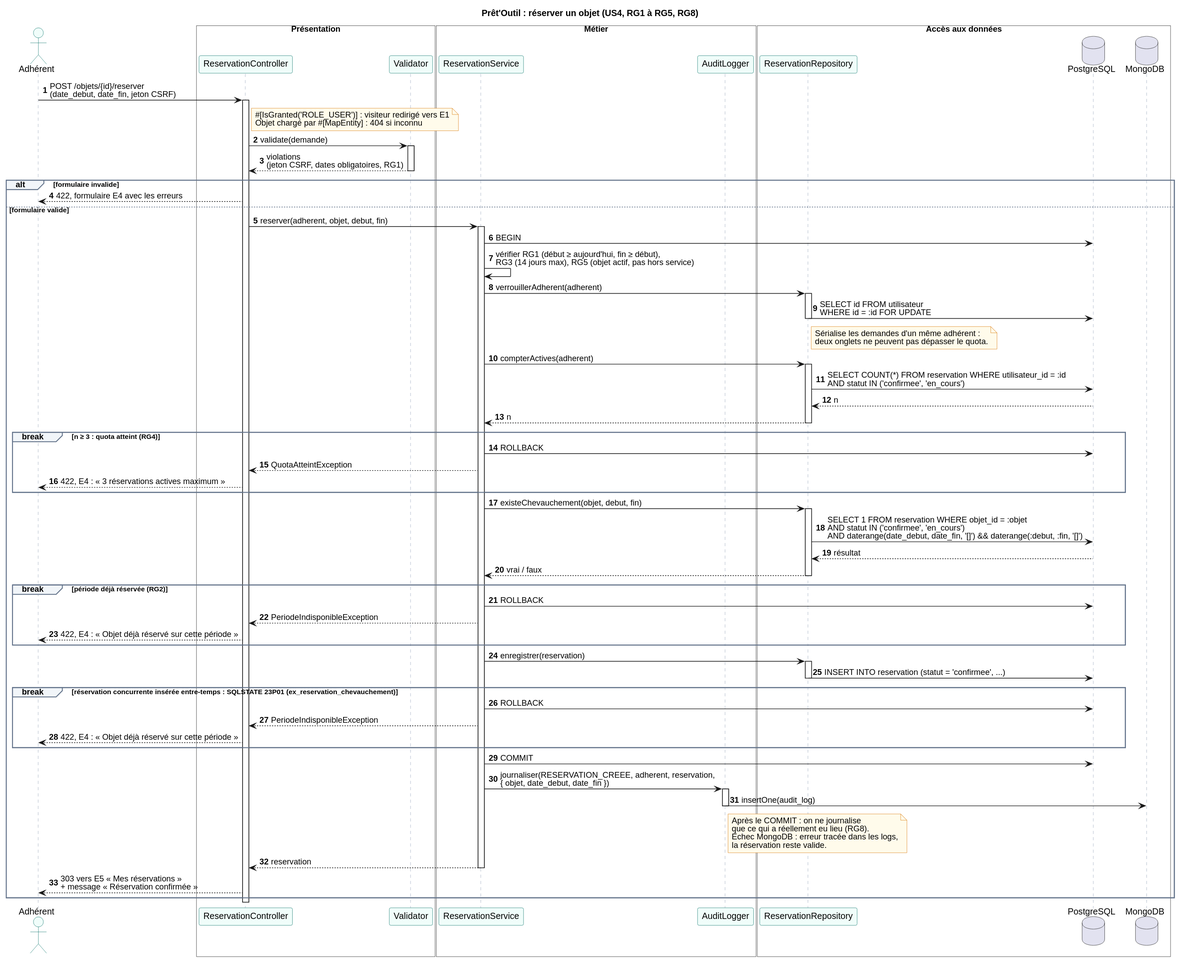
This is docs/diagrammes/sequence-reserver.svg from IamArayel/MSP2-PretOutil, a PlantUML export, as it was before one commit. Its diagram source:
```plantuml
@startuml
title Prêt'Outil : réserver un objet (US4, RG1 à RG5, RG8)

skinparam backgroundColor #FFFFFF
skinparam shadowing false
skinparam defaultFontName Helvetica
skinparam sequence {
  ParticipantBorderColor #0F766E
  ParticipantBackgroundColor #F0FDFA
  ActorBorderColor #0F766E
  ActorBackgroundColor #F0FDFA
  DatabaseBorderColor #0F766E
  DatabaseBackgroundColor #F0FDFA
  LifeLineBorderColor #94A3B8
  GroupBorderColor #64748B
  GroupBackgroundColor #F1F5F9
}
skinparam note {
  BackgroundColor #FFFBEB
  BorderColor #D97706
}
autonumber

actor "Adhérent" as A
box "Présentation" #FFFFFF
  participant "ReservationController" as C
  participant "Validator" as V
end box
box "Métier" #FFFFFF
  participant "ReservationService" as S
  participant "AuditLogger" as L
end box
box "Accès aux données" #FFFFFF
  participant "ReservationRepository" as R
  database "PostgreSQL" as PG
  database "MongoDB" as M
end box

A -> C : POST /objets/{id}/reserver\n(date_debut, date_fin, jeton CSRF)
activate C
note right of C
  ~#[IsGranted('ROLE_USER')] : visiteur redirigé vers E1
  Objet chargé par ~#[MapEntity] : 404 si inconnu
end note

C -> V : validate(demande)
activate V
V --> C : violations\n(jeton CSRF, dates obligatoires, RG1)
deactivate V

alt formulaire invalide
  C --> A : 422, formulaire E4 avec les erreurs
else formulaire valide
  C -> S : reserver(adherent, objet, debut, fin)
  activate S

  S -> PG : BEGIN
  S -> S : vérifier RG1 (début ≥ aujourd'hui, fin ≥ début),\nRG3 (14 jours max), RG5 (objet actif, pas hors service)

  S -> R : verrouillerAdherent(adherent)
  activate R
  R -> PG : SELECT id FROM utilisateur\nWHERE id = :id FOR UPDATE
  deactivate R
  note right of R
    Sérialise les demandes d'un même adhérent :
    deux onglets ne peuvent pas dépasser le quota.
  end note

  S -> R : compterActives(adherent)
  activate R
  R -> PG : SELECT COUNT(*) FROM reservation WHERE utilisateur_id = :id\nAND statut IN ('confirmee', 'en_cours')
  PG --> R : n
  R --> S : n
  deactivate R

  break n ≥ 3 : quota atteint (RG4)
    S -> PG : ROLLBACK
    S --> C : QuotaAtteintException
    C --> A : 422, E4 : « 3 réservations actives maximum »
  end

  S -> R : existeChevauchement(objet, debut, fin)
  activate R
  R -> PG : SELECT 1 FROM reservation WHERE objet_id = :objet\nAND statut IN ('confirmee', 'en_cours')\nAND daterange(date_debut, date_fin, '[]') && daterange(:debut, :fin, '[]')
  PG --> R : résultat
  R --> S : vrai / faux
  deactivate R

  break période déjà réservée (RG2)
    S -> PG : ROLLBACK
    S --> C : PeriodeIndisponibleException
    C --> A : 422, E4 : « Objet déjà réservé sur cette période »
  end

  S -> R : enregistrer(reservation)
  activate R
  R -> PG : INSERT INTO reservation (statut = 'confirmee', ...)
  deactivate R

  break réservation concurrente insérée entre-temps : SQLSTATE 23P01 (ex_reservation_chevauchement)
    S -> PG : ROLLBACK
    S --> C : PeriodeIndisponibleException
    C --> A : 422, E4 : « Objet déjà réservé sur cette période »
  end

  S -> PG : COMMIT

  S -> L : journaliser(RESERVATION_CREEE, adherent, reservation,\n{ objet, date_debut, date_fin })
  activate L
  L -> M : insertOne(audit_log)
  note right of L
    Après le COMMIT : on ne journalise
    que ce qui a réellement eu lieu (RG8).
    Échec MongoDB : erreur tracée dans les logs,
    la réservation reste valide.
  end note
  deactivate L

  S --> C : reservation
  deactivate S
  C --> A : 303 vers E5 « Mes réservations »\n+ message « Réservation confirmée »
end
deactivate C
@enduml
```
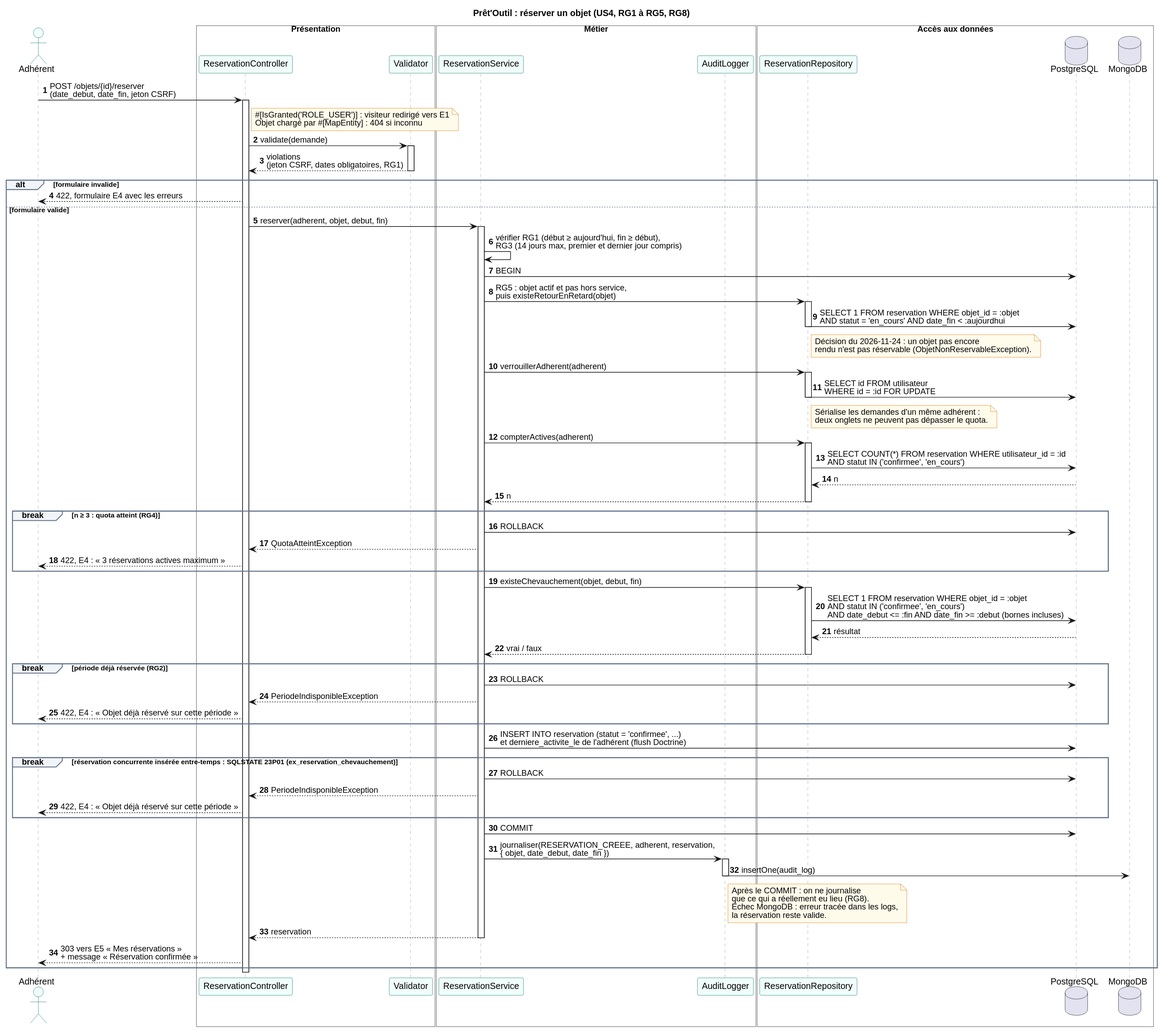
Above is the later version.

Commit message:
docs(reservation): documente ReservationService et aligne le diagramme de séquence

The edit, as a diff of the source:
```diff
@@ -54,8 +54,17 @@
   C -> S : reserver(adherent, objet, debut, fin)
   activate S
 
+  S -> S : vérifier RG1 (début ≥ aujourd'hui, fin ≥ début),\nRG3 (14 jours max, premier et dernier jour compris)
   S -> PG : BEGIN
-  S -> S : vérifier RG1 (début ≥ aujourd'hui, fin ≥ début),\nRG3 (14 jours max), RG5 (objet actif, pas hors service)
+
+  S -> R : RG5 : objet actif et pas hors service,\npuis existeRetourEnRetard(objet)
+  activate R
+  R -> PG : SELECT 1 FROM reservation WHERE objet_id = :objet\nAND statut = 'en_cours' AND date_fin < :aujourdhui
+  deactivate R
+  note right of R
+    Décision du 2026-11-24 : un objet pas encore
+    rendu n'est pas réservable (ObjetNonReservableException).
+  end note
 
   S -> R : verrouillerAdherent(adherent)
   activate R
@@ -81,7 +90,7 @@
 
   S -> R : existeChevauchement(objet, debut, fin)
   activate R
-  R -> PG : SELECT 1 FROM reservation WHERE objet_id = :objet\nAND statut IN ('confirmee', 'en_cours')\nAND daterange(date_debut, date_fin, '[]') && daterange(:debut, :fin, '[]')
+  R -> PG : SELECT 1 FROM reservation WHERE objet_id = :objet\nAND statut IN ('confirmee', 'en_cours')\nAND date_debut <= :fin AND date_fin >= :debut (bornes incluses)
   PG --> R : résultat
   R --> S : vrai / faux
   deactivate R
@@ -92,10 +101,7 @@
     C --> A : 422, E4 : « Objet déjà réservé sur cette période »
   end
 
-  S -> R : enregistrer(reservation)
-  activate R
-  R -> PG : INSERT INTO reservation (statut = 'confirmee', ...)
-  deactivate R
+  S -> PG : INSERT INTO reservation (statut = 'confirmee', ...)\net derniere_activite_le de l'adhérent (flush Doctrine)
 
   break réservation concurrente insérée entre-temps : SQLSTATE 23P01 (ex_reservation_chevauchement)
     S -> PG : ROLLBACK
```
